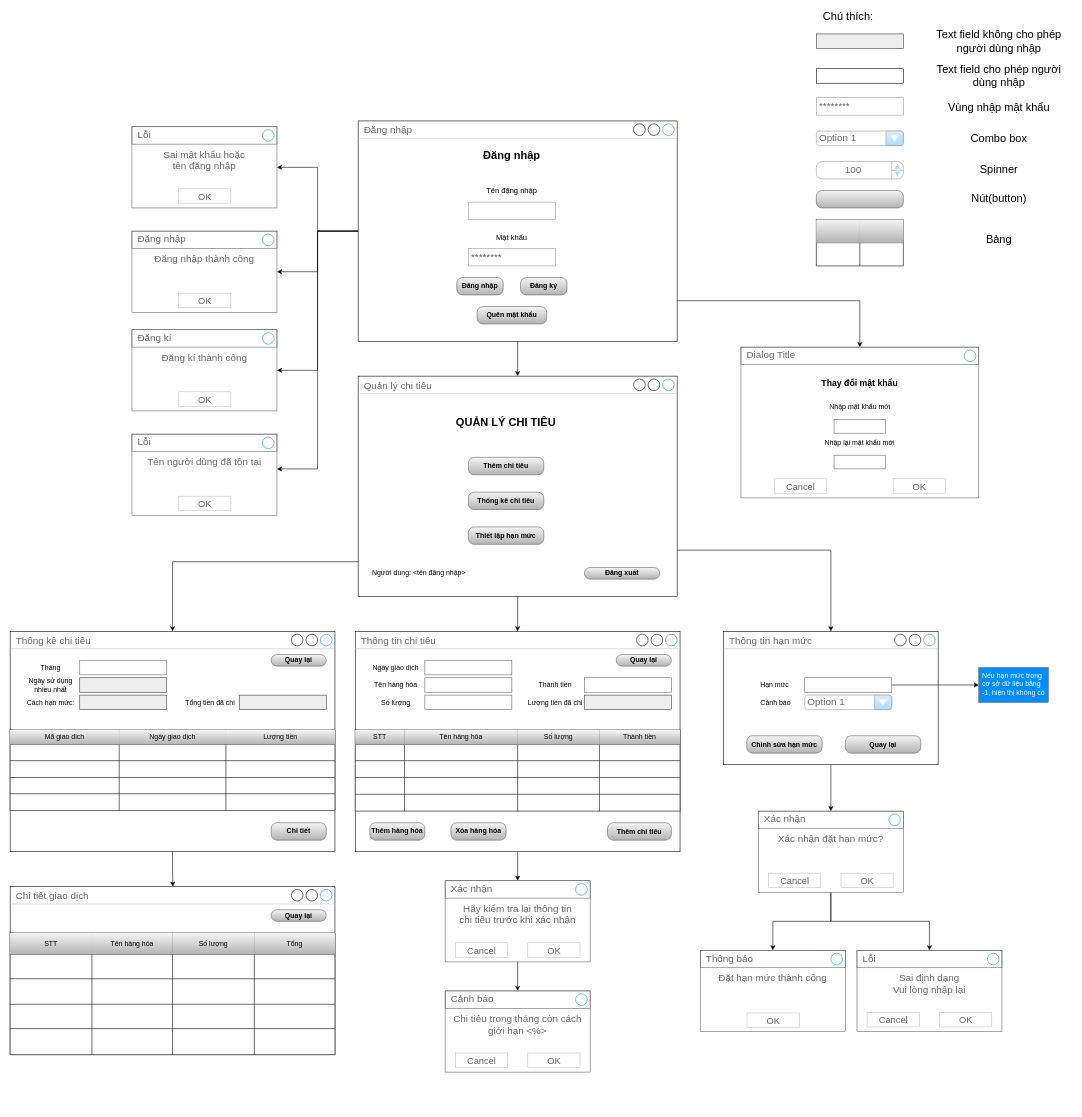
This is page "Sơ đồ màn hình" (1 of 6) of Diagrams/Screen diagram.drawio from AkallHuynh/IS216.L21.HTCL-Java, a draw.io file, before an edit. Source tidied: cells renumbered, new cells numbered last; positions are measured from the earlier drawing's top-left corner, leaving out a move shared by most shapes. Both pictures are drawn from the tidied source at 58%, with x=0, y=0 at pixel (10, 10).
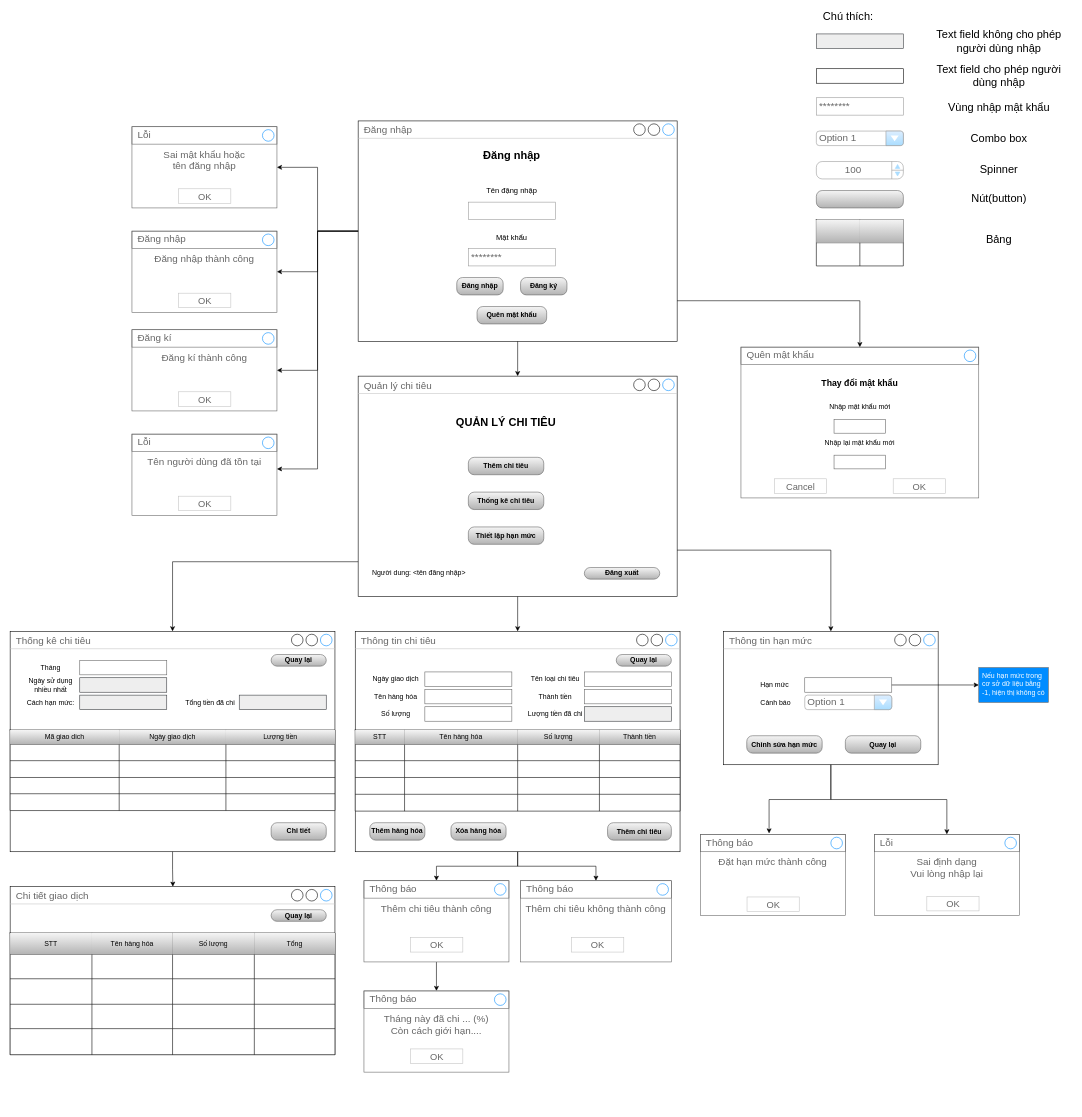
After the change.

Unchanged cells that the change refers to:
```xml
<mxCell id="9" style="group;" parent="1" vertex="1">
  <mxGeometry x="595" y="1070" width="560" height="380" as="geometry" />
</mxCell>
<mxCell id="10" value="Thông tin chi tiêu" style="strokeWidth=1;shadow=0;dashed=0;align=center;html=1;shape=mxgraph.mockup.containers.window;align=left;verticalAlign=top;spacingLeft=8;strokeColor2=#008cff;strokeColor3=#c4c4c4;fontColor=#666666;mainText=;fontSize=17;labelBackgroundColor=none;" parent="9" vertex="1">
  <mxGeometry width="560" height="380" as="geometry" />
</mxCell>
<mxCell id="52" value="Thông tin hạn mức" style="strokeWidth=1;shadow=0;dashed=0;align=center;html=1;shape=mxgraph.mockup.containers.window;align=left;verticalAlign=top;spacingLeft=8;strokeColor2=#008cff;strokeColor3=#c4c4c4;fontColor=#666666;mainText=;fontSize=17;labelBackgroundColor=none;" parent="51" vertex="1">
  <mxGeometry width="370" height="230" as="geometry" />
</mxCell>
<mxCell id="209" style="strokeWidth=1;shadow=0;dashed=0;align=center;html=1;shape=mxgraph.mockup.containers.rrect;rSize=0;strokeColor=#666666;fontColor=#666666;fontSize=17;verticalAlign=top;whiteSpace=wrap;fillColor=#ffffff;spacingTop=32;" parent="1" vertex="1">
  <mxGeometry x="1260" y="580" width="410" height="260" as="geometry" />
</mxCell>
```

What changed in the source:
```diff
@@
-    <mxCell id="4" value="Hãy kiểm tra lại thông tin&lt;br&gt;chi tiêu trước khi xác nhận" style="strokeWidth=1;shadow=0;dashed=0;align=center;html=1;shape=mxgraph.mockup.containers.rrect;rSize=0;strokeColor=#666666;fontColor=#666666;fontSize=17;verticalAlign=top;whiteSpace=wrap;fillColor=#ffffff;spacingTop=32;" parent="1" vertex="1">
-      <mxGeometry x="750" y="1500" width="250" height="140" as="geometry" />
+    <mxCell id="4" value="Thêm chi tiêu thành công" style="strokeWidth=1;shadow=0;dashed=0;align=center;html=1;shape=mxgraph.mockup.containers.rrect;rSize=0;strokeColor=#666666;fontColor=#666666;fontSize=17;verticalAlign=top;whiteSpace=wrap;fillColor=#ffffff;spacingTop=32;" parent="1" vertex="1">
+      <mxGeometry x="610" y="1500" width="250" height="140" as="geometry" />
     </mxCell>
-    <mxCell id="5" value="Xác nhận" style="strokeWidth=1;shadow=0;dashed=0;align=center;html=1;shape=mxgraph.mockup.containers.rrect;rSize=0;fontSize=17;fontColor=#666666;strokeColor=#666666;align=left;spacingLeft=8;fillColor=none;" parent="4" vertex="1">
+    <mxCell id="5" value="Thông báo" style="strokeWidth=1;shadow=0;dashed=0;align=center;html=1;shape=mxgraph.mockup.containers.rrect;rSize=0;fontSize=17;fontColor=#666666;strokeColor=#666666;align=left;spacingLeft=8;fillColor=none;" parent="4" vertex="1">
       <mxGeometry width="250" height="30" relative="1" as="geometry" />
     </mxCell>
@@
-    <mxCell id="7" value="Cancel" style="strokeWidth=1;shadow=0;dashed=0;align=center;html=1;shape=mxgraph.mockup.containers.rrect;rSize=0;fontSize=16;fontColor=#666666;strokeColor=#c4c4c4;whiteSpace=wrap;fillColor=none;" parent="4" vertex="1">
-      <mxGeometry x="0.25" y="1" width="90" height="25" relative="1" as="geometry">
-        <mxPoint x="-45" y="-33" as="offset" />
-      </mxGeometry>
-    </mxCell>
     <mxCell id="8" value="OK" style="strokeWidth=1;shadow=0;dashed=0;align=center;html=1;shape=mxgraph.mockup.containers.rrect;rSize=0;fontSize=16;fontColor=#666666;strokeColor=#c4c4c4;whiteSpace=wrap;fillColor=none;" parent="4" vertex="1">
       <mxGeometry x="0.75" y="1" width="90" height="25" relative="1" as="geometry">
-        <mxPoint x="-45" y="-33" as="offset" />
+        <mxPoint x="-107" y="-42" as="offset" />
       </mxGeometry>
     </mxCell>
@@
     <mxCell id="11" value="Ngày giao dịch" style="text;html=1;strokeColor=none;fillColor=none;align=center;verticalAlign=middle;whiteSpace=wrap;rounded=0;" parent="9" vertex="1">
-      <mxGeometry x="20" y="50" width="100" height="25" as="geometry" />
+      <mxGeometry x="20" y="70" width="100" height="25" as="geometry" />
     </mxCell>
     <mxCell id="12" style="strokeWidth=1;shadow=0;dashed=0;align=center;html=1;shape=mxgraph.mockup.text.textBox;fontColor=#666666;align=left;fontSize=12;spacingLeft=4;spacingTop=-3;strokeColor=#666666;mainText=;" parent="9" vertex="1">
-      <mxGeometry x="120" y="50" width="150" height="25" as="geometry" />
+      <mxGeometry x="120" y="70" width="150" height="25" as="geometry" />
     </mxCell>
@@
     <mxCell id="39" value="Tên hàng hóa" style="text;html=1;strokeColor=none;fillColor=none;align=center;verticalAlign=middle;whiteSpace=wrap;rounded=0;" parent="9" vertex="1">
-      <mxGeometry x="20" y="80" width="100" height="25" as="geometry" />
+      <mxGeometry x="20" y="100" width="100" height="25" as="geometry" />
     </mxCell>
     <mxCell id="40" style="strokeWidth=1;shadow=0;dashed=0;align=center;html=1;shape=mxgraph.mockup.text.textBox;fontColor=#666666;align=left;fontSize=12;spacingLeft=4;spacingTop=-3;strokeColor=#666666;mainText=;" parent="9" vertex="1">
-      <mxGeometry x="120" y="80" width="150" height="25" as="geometry" />
+      <mxGeometry x="120" y="100" width="150" height="25" as="geometry" />
     </mxCell>
     <mxCell id="41" value="Thành tiền" style="text;html=1;strokeColor=none;fillColor=none;align=center;verticalAlign=middle;whiteSpace=wrap;rounded=0;" parent="9" vertex="1">
-      <mxGeometry x="295" y="80" width="100" height="25" as="geometry" />
+      <mxGeometry x="295" y="100" width="100" height="25" as="geometry" />
     </mxCell>
     <mxCell id="42" style="strokeWidth=1;shadow=0;dashed=0;align=center;html=1;shape=mxgraph.mockup.text.textBox;fontColor=#666666;align=left;fontSize=12;spacingLeft=4;spacingTop=-3;strokeColor=#666666;mainText=;" parent="9" vertex="1">
-      <mxGeometry x="395" y="80" width="150" height="25" as="geometry" />
+      <mxGeometry x="395" y="100" width="150" height="25" as="geometry" />
     </mxCell>
     <mxCell id="43" value="Số lượng" style="text;html=1;strokeColor=none;fillColor=none;align=center;verticalAlign=middle;whiteSpace=wrap;rounded=0;" parent="9" vertex="1">
-      <mxGeometry x="20" y="110" width="100" height="25" as="geometry" />
+      <mxGeometry x="20" y="130" width="100" height="25" as="geometry" />
     </mxCell>
     <mxCell id="44" style="strokeWidth=1;shadow=0;dashed=0;align=center;html=1;shape=mxgraph.mockup.text.textBox;fontColor=#666666;align=left;fontSize=12;spacingLeft=4;spacingTop=-3;strokeColor=#666666;mainText=;" parent="9" vertex="1">
-      <mxGeometry x="120" y="110" width="150" height="25" as="geometry" />
+      <mxGeometry x="120" y="130" width="150" height="25" as="geometry" />
     </mxCell>
     <mxCell id="45" value="Lượng tiền đã chi" style="text;html=1;strokeColor=none;fillColor=none;align=center;verticalAlign=middle;whiteSpace=wrap;rounded=0;" parent="9" vertex="1">
-      <mxGeometry x="295" y="110" width="100" height="25" as="geometry" />
+      <mxGeometry x="295" y="130" width="100" height="25" as="geometry" />
     </mxCell>
     <mxCell id="46" style="strokeWidth=1;shadow=0;dashed=0;align=center;html=1;shape=mxgraph.mockup.text.textBox;align=left;fontSize=12;spacingLeft=4;spacingTop=-3;strokeColor=#36393d;mainText=;fillColor=#eeeeee;" parent="9" vertex="1">
-      <mxGeometry x="395" y="110" width="150" height="25" as="geometry" />
+      <mxGeometry x="395" y="130" width="150" height="25" as="geometry" />
     </mxCell>
@@
+    <mxCell id="220" style="strokeWidth=1;shadow=0;dashed=0;align=center;html=1;shape=mxgraph.mockup.text.textBox;fontColor=#666666;align=left;fontSize=12;spacingLeft=4;spacingTop=-3;strokeColor=#666666;mainText=;" parent="9" vertex="1">
+      <mxGeometry x="395" y="70" width="150" height="25" as="geometry" />
+    </mxCell>
+    <mxCell id="221" value="Tên loại chi tiêu" style="text;html=1;strokeColor=none;fillColor=none;align=center;verticalAlign=middle;whiteSpace=wrap;rounded=0;" parent="9" vertex="1">
+      <mxGeometry x="295" y="70" width="100" height="25" as="geometry" />
+    </mxCell>
@@
-    <mxCell id="61" value="Đặt hạn mức thành công" style="strokeWidth=1;shadow=0;dashed=0;align=center;html=1;shape=mxgraph.mockup.containers.rrect;rSize=0;strokeColor=#666666;fontColor=#666666;fontSize=17;verticalAlign=top;whiteSpace=wrap;fillColor=#ffffff;spacingTop=32;" parent="1" vertex="1">
-      <mxGeometry x="1190" y="1620" width="250" height="140" as="geometry" />
-    </mxCell>
-    <mxCell id="62" value="Thông báo" style="strokeWidth=1;shadow=0;dashed=0;align=center;html=1;shape=mxgraph.mockup.containers.rrect;rSize=0;fontSize=17;fontColor=#666666;strokeColor=#666666;align=left;spacingLeft=8;fillColor=none;" parent="61" vertex="1">
-      <mxGeometry width="250" height="30" relative="1" as="geometry" />
-    </mxCell>
-    <mxCell id="63" style="shape=ellipse;strokeColor=#008cff;fillColor=none;html=1;" parent="62" vertex="1">
-      <mxGeometry x="1" y="0.5" width="20" height="20" relative="1" as="geometry">
-        <mxPoint x="-25" y="-10" as="offset" />
-      </mxGeometry>
-    </mxCell>
-    <mxCell id="64" value="OK" style="strokeWidth=1;shadow=0;dashed=0;align=center;html=1;shape=mxgraph.mockup.containers.rrect;rSize=0;fontSize=16;fontColor=#666666;strokeColor=#c4c4c4;whiteSpace=wrap;fillColor=none;" parent="61" vertex="1">
-      <mxGeometry x="0.75" y="1" width="90" height="25" relative="1" as="geometry">
-        <mxPoint x="-107" y="-32" as="offset" />
-      </mxGeometry>
-    </mxCell>
-    <mxCell id="65" value="Sai định dạng&lt;br&gt;Vui lòng nhập lại" style="strokeWidth=1;shadow=0;dashed=0;align=center;html=1;shape=mxgraph.mockup.containers.rrect;rSize=0;strokeColor=#666666;fontColor=#666666;fontSize=17;verticalAlign=top;whiteSpace=wrap;fillColor=#ffffff;spacingTop=32;" parent="1" vertex="1">
-      <mxGeometry x="1460" y="1620" width="250" height="140" as="geometry" />
-    </mxCell>
-    <mxCell id="66" value="Lỗi" style="strokeWidth=1;shadow=0;dashed=0;align=center;html=1;shape=mxgraph.mockup.containers.rrect;rSize=0;fontSize=17;fontColor=#666666;strokeColor=#666666;align=left;spacingLeft=8;fillColor=none;" parent="65" vertex="1">
-      <mxGeometry width="250" height="30" relative="1" as="geometry" />
-    </mxCell>
-    <mxCell id="67" style="shape=ellipse;strokeColor=#008cff;fillColor=none;html=1;" parent="66" vertex="1">
-      <mxGeometry x="1" y="0.5" width="20" height="20" relative="1" as="geometry">
-        <mxPoint x="-25" y="-10" as="offset" />
-      </mxGeometry>
-    </mxCell>
-    <mxCell id="68" value="Cancel" style="strokeWidth=1;shadow=0;dashed=0;align=center;html=1;shape=mxgraph.mockup.containers.rrect;rSize=0;fontSize=16;fontColor=#666666;strokeColor=#c4c4c4;whiteSpace=wrap;fillColor=none;" parent="65" vertex="1">
-      <mxGeometry x="0.25" y="1" width="90" height="25" relative="1" as="geometry">
-        <mxPoint x="-45" y="-33" as="offset" />
-      </mxGeometry>
-    </mxCell>
-    <mxCell id="69" value="OK" style="strokeWidth=1;shadow=0;dashed=0;align=center;html=1;shape=mxgraph.mockup.containers.rrect;rSize=0;fontSize=16;fontColor=#666666;strokeColor=#c4c4c4;whiteSpace=wrap;fillColor=none;" parent="65" vertex="1">
-      <mxGeometry x="0.75" y="1" width="90" height="25" relative="1" as="geometry">
-        <mxPoint x="-45" y="-33" as="offset" />
-      </mxGeometry>
-    </mxCell>
-    <mxCell id="70" style="edgeStyle=orthogonalEdgeStyle;rounded=0;jettySize=auto;html=1;fontSize=12;fontColor=#FFFFFF;" parent="1" edge="1" source="72" target="61">
-      <mxGeometry relative="1" as="geometry" />
-    </mxCell>
-    <mxCell id="71" style="edgeStyle=orthogonalEdgeStyle;rounded=0;jettySize=auto;html=1;fontSize=12;fontColor=#FFFFFF;" parent="1" edge="1" source="72" target="65">
-      <mxGeometry relative="1" as="geometry" />
-    </mxCell>
-    <mxCell id="72" value="Xác nhận đặt hạn mức?" style="strokeWidth=1;shadow=0;dashed=0;align=center;html=1;shape=mxgraph.mockup.containers.rrect;rSize=0;strokeColor=#666666;fontColor=#666666;fontSize=17;verticalAlign=top;whiteSpace=wrap;fillColor=#ffffff;spacingTop=32;" parent="1" vertex="1">
-      <mxGeometry x="1290" y="1380" width="250" height="140" as="geometry" />
-    </mxCell>
-    <mxCell id="73" value="Xác nhận" style="strokeWidth=1;shadow=0;dashed=0;align=center;html=1;shape=mxgraph.mockup.containers.rrect;rSize=0;fontSize=17;fontColor=#666666;strokeColor=#666666;align=left;spacingLeft=8;fillColor=none;" parent="72" vertex="1">
-      <mxGeometry width="250" height="30" relative="1" as="geometry" />
-    </mxCell>
-    <mxCell id="74" style="shape=ellipse;strokeColor=#008cff;fillColor=none;html=1;" parent="73" vertex="1">
-      <mxGeometry x="1" y="0.5" width="20" height="20" relative="1" as="geometry">
-        <mxPoint x="-25" y="-10" as="offset" />
-      </mxGeometry>
-    </mxCell>
-    <mxCell id="75" value="Cancel" style="strokeWidth=1;shadow=0;dashed=0;align=center;html=1;shape=mxgraph.mockup.containers.rrect;rSize=0;fontSize=16;fontColor=#666666;strokeColor=#c4c4c4;whiteSpace=wrap;fillColor=none;" parent="72" vertex="1">
-      <mxGeometry x="0.25" y="1" width="90" height="25" relative="1" as="geometry">
-        <mxPoint x="-45" y="-33" as="offset" />
-      </mxGeometry>
-    </mxCell>
-    <mxCell id="76" value="OK" style="strokeWidth=1;shadow=0;dashed=0;align=center;html=1;shape=mxgraph.mockup.containers.rrect;rSize=0;fontSize=16;fontColor=#666666;strokeColor=#c4c4c4;whiteSpace=wrap;fillColor=none;" parent="72" vertex="1">
-      <mxGeometry x="0.75" y="1" width="90" height="25" relative="1" as="geometry">
-        <mxPoint x="-45" y="-33" as="offset" />
-      </mxGeometry>
-    </mxCell>
-    <mxCell id="77" style="edgeStyle=orthogonalEdgeStyle;rounded=0;jettySize=auto;html=1;fontSize=12;fontColor=#FFFFFF;" parent="1" edge="1" source="52" target="73">
-      <mxGeometry relative="1" as="geometry" />
-    </mxCell>
-    <mxCell id="78" value="Chi tiêu trong tháng còn cách&lt;br&gt;giới hạn &amp;lt;%&amp;gt;" style="strokeWidth=1;shadow=0;dashed=0;align=center;html=1;shape=mxgraph.mockup.containers.rrect;rSize=0;strokeColor=#666666;fontColor=#666666;fontSize=17;verticalAlign=top;whiteSpace=wrap;fillColor=#ffffff;spacingTop=32;" parent="1" vertex="1">
-      <mxGeometry x="750" y="1690" width="250" height="140" as="geometry" />
+    <mxCell id="78" value="Tháng này đã chi ... (%)&lt;br&gt;Còn cách giới hạn...." style="strokeWidth=1;shadow=0;dashed=0;align=center;html=1;shape=mxgraph.mockup.containers.rrect;rSize=0;strokeColor=#666666;fontColor=#666666;fontSize=17;verticalAlign=top;whiteSpace=wrap;fillColor=#ffffff;spacingTop=32;" parent="1" vertex="1">
+      <mxGeometry x="610" y="1690" width="250" height="140" as="geometry" />
     </mxCell>
-    <mxCell id="79" value="Cảnh báo" style="strokeWidth=1;shadow=0;dashed=0;align=center;html=1;shape=mxgraph.mockup.containers.rrect;rSize=0;fontSize=17;fontColor=#666666;strokeColor=#666666;align=left;spacingLeft=8;fillColor=none;" parent="78" vertex="1">
+    <mxCell id="79" value="Thông báo" style="strokeWidth=1;shadow=0;dashed=0;align=center;html=1;shape=mxgraph.mockup.containers.rrect;rSize=0;fontSize=17;fontColor=#666666;strokeColor=#666666;align=left;spacingLeft=8;fillColor=none;" parent="78" vertex="1">
       <mxGeometry width="250" height="30" relative="1" as="geometry" />
     </mxCell>
@@
-    <mxCell id="81" value="Cancel" style="strokeWidth=1;shadow=0;dashed=0;align=center;html=1;shape=mxgraph.mockup.containers.rrect;rSize=0;fontSize=16;fontColor=#666666;strokeColor=#c4c4c4;whiteSpace=wrap;fillColor=none;" parent="78" vertex="1">
-      <mxGeometry x="0.25" y="1" width="90" height="25" relative="1" as="geometry">
-        <mxPoint x="-45" y="-33" as="offset" />
-      </mxGeometry>
-    </mxCell>
     <mxCell id="82" value="OK" style="strokeWidth=1;shadow=0;dashed=0;align=center;html=1;shape=mxgraph.mockup.containers.rrect;rSize=0;fontSize=16;fontColor=#666666;strokeColor=#c4c4c4;whiteSpace=wrap;fillColor=none;" parent="78" vertex="1">
       <mxGeometry x="0.75" y="1" width="90" height="25" relative="1" as="geometry">
-        <mxPoint x="-45" y="-33" as="offset" />
+        <mxPoint x="-107" y="-40" as="offset" />
       </mxGeometry>
     </mxCell>
@@
-    <mxCell id="210" value="Dialog Title" style="strokeWidth=1;shadow=0;dashed=0;align=center;html=1;shape=mxgraph.mockup.containers.rrect;rSize=0;fontSize=17;fontColor=#666666;strokeColor=#666666;align=left;spacingLeft=8;fillColor=none;" parent="209" vertex="1">
+    <mxCell id="210" value="Quên mật khẩu" style="strokeWidth=1;shadow=0;dashed=0;align=center;html=1;shape=mxgraph.mockup.containers.rrect;rSize=0;fontSize=17;fontColor=#666666;strokeColor=#666666;align=left;spacingLeft=8;fillColor=none;" parent="209" vertex="1">
       <mxGeometry width="410" height="30" relative="1" as="geometry" />
     </mxCell>
@@
+    <mxCell id="61" value="Đặt hạn mức thành công" style="strokeWidth=1;shadow=0;dashed=0;align=center;html=1;shape=mxgraph.mockup.containers.rrect;rSize=0;strokeColor=#666666;fontColor=#666666;fontSize=17;verticalAlign=top;whiteSpace=wrap;fillColor=#ffffff;spacingTop=32;" parent="1" vertex="1">
+      <mxGeometry x="1190" y="1420" width="250" height="140" as="geometry" />
+    </mxCell>
+    <mxCell id="222" value="Thông báo" style="strokeWidth=1;shadow=0;dashed=0;align=center;html=1;shape=mxgraph.mockup.containers.rrect;rSize=0;fontSize=17;fontColor=#666666;strokeColor=#666666;align=left;spacingLeft=8;fillColor=none;" parent="61" vertex="1">
+      <mxGeometry width="250" height="30" relative="1" as="geometry" />
+    </mxCell>
+    <mxCell id="223" style="shape=ellipse;strokeColor=#008cff;fillColor=none;html=1;" parent="222" vertex="1">
+      <mxGeometry x="1" y="0.5" width="20" height="20" relative="1" as="geometry">
+        <mxPoint x="-25" y="-10" as="offset" />
+      </mxGeometry>
+    </mxCell>
+    <mxCell id="224" value="OK" style="strokeWidth=1;shadow=0;dashed=0;align=center;html=1;shape=mxgraph.mockup.containers.rrect;rSize=0;fontSize=16;fontColor=#666666;strokeColor=#c4c4c4;whiteSpace=wrap;fillColor=none;" parent="61" vertex="1">
+      <mxGeometry x="0.75" y="1" width="90" height="25" relative="1" as="geometry">
+        <mxPoint x="-107" y="-32" as="offset" />
+      </mxGeometry>
+    </mxCell>
+    <mxCell id="65" value="Sai định dạng&lt;br&gt;Vui lòng nhập lại" style="strokeWidth=1;shadow=0;dashed=0;align=center;html=1;shape=mxgraph.mockup.containers.rrect;rSize=0;strokeColor=#666666;fontColor=#666666;fontSize=17;verticalAlign=top;whiteSpace=wrap;fillColor=#ffffff;spacingTop=32;" parent="1" vertex="1">
+      <mxGeometry x="1490" y="1420" width="250" height="140" as="geometry" />
+    </mxCell>
+    <mxCell id="66" value="Lỗi" style="strokeWidth=1;shadow=0;dashed=0;align=center;html=1;shape=mxgraph.mockup.containers.rrect;rSize=0;fontSize=17;fontColor=#666666;strokeColor=#666666;align=left;spacingLeft=8;fillColor=none;" parent="65" vertex="1">
+      <mxGeometry width="250" height="30" relative="1" as="geometry" />
+    </mxCell>
+    <mxCell id="225" style="shape=ellipse;strokeColor=#008cff;fillColor=none;html=1;" parent="66" vertex="1">
+      <mxGeometry x="1" y="0.5" width="20" height="20" relative="1" as="geometry">
+        <mxPoint x="-25" y="-10" as="offset" />
+      </mxGeometry>
+    </mxCell>
+    <mxCell id="226" value="OK" style="strokeWidth=1;shadow=0;dashed=0;align=center;html=1;shape=mxgraph.mockup.containers.rrect;rSize=0;fontSize=16;fontColor=#666666;strokeColor=#c4c4c4;whiteSpace=wrap;fillColor=none;" parent="65" vertex="1">
+      <mxGeometry x="0.75" y="1" width="90" height="25" relative="1" as="geometry">
+        <mxPoint x="-97" y="-33" as="offset" />
+      </mxGeometry>
+    </mxCell>
+    <mxCell id="227" style="edgeStyle=orthogonalEdgeStyle;rounded=0;jettySize=auto;html=1;entryX=0.474;entryY=-0.052;entryDx=0;entryDy=0;entryPerimeter=0;" parent="1" edge="1" source="52" target="222">
+      <mxGeometry relative="1" as="geometry" />
+    </mxCell>
+    <mxCell id="228" style="edgeStyle=orthogonalEdgeStyle;rounded=0;jettySize=auto;html=1;" parent="1" edge="1" source="52" target="66">
+      <mxGeometry relative="1" as="geometry" />
+    </mxCell>
+    <mxCell id="229" value="Thêm chi tiêu không thành công" style="strokeWidth=1;shadow=0;dashed=0;align=center;html=1;shape=mxgraph.mockup.containers.rrect;rSize=0;strokeColor=#666666;fontColor=#666666;fontSize=17;verticalAlign=top;whiteSpace=wrap;fillColor=#ffffff;spacingTop=32;" parent="1" vertex="1">
+      <mxGeometry x="880" y="1500" width="260" height="140" as="geometry" />
+    </mxCell>
+    <mxCell id="230" value="Thông báo" style="strokeWidth=1;shadow=0;dashed=0;align=center;html=1;shape=mxgraph.mockup.containers.rrect;rSize=0;fontSize=17;fontColor=#666666;strokeColor=#666666;align=left;spacingLeft=8;fillColor=none;" parent="229" vertex="1">
+      <mxGeometry width="260" height="30" relative="1" as="geometry" />
+    </mxCell>
+    <mxCell id="231" style="shape=ellipse;strokeColor=#008cff;fillColor=none;html=1;" parent="230" vertex="1">
+      <mxGeometry x="1" y="0.5" width="20" height="20" relative="1" as="geometry">
+        <mxPoint x="-25" y="-10" as="offset" />
+      </mxGeometry>
+    </mxCell>
+    <mxCell id="232" value="OK" style="strokeWidth=1;shadow=0;dashed=0;align=center;html=1;shape=mxgraph.mockup.containers.rrect;rSize=0;fontSize=16;fontColor=#666666;strokeColor=#c4c4c4;whiteSpace=wrap;fillColor=none;" parent="229" vertex="1">
+      <mxGeometry x="0.75" y="1" width="90" height="25" relative="1" as="geometry">
+        <mxPoint x="-107" y="-42" as="offset" />
+      </mxGeometry>
+    </mxCell>
+    <mxCell id="233" style="edgeStyle=orthogonalEdgeStyle;rounded=0;jettySize=auto;html=1;" parent="1" edge="1" source="10" target="230">
+      <mxGeometry relative="1" as="geometry" />
+    </mxCell>
```
